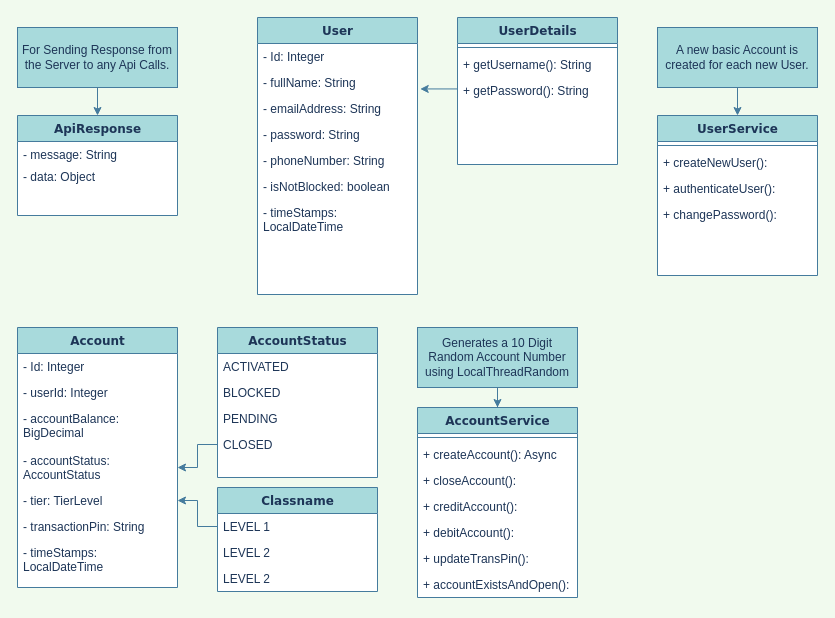
Before: page "Page-1" (1 of 3) of Banking.drawio in kasodeep/e-banking-app, a draw.io diagram. Source tidied: cells renumbered, new cells numbered last; positions are measured from the earlier drawing's top-left corner, leaving out a move shared by most shapes. Both pictures are drawn from the tidied source at 100%, with x=0, y=0 at pixel (17, 17).
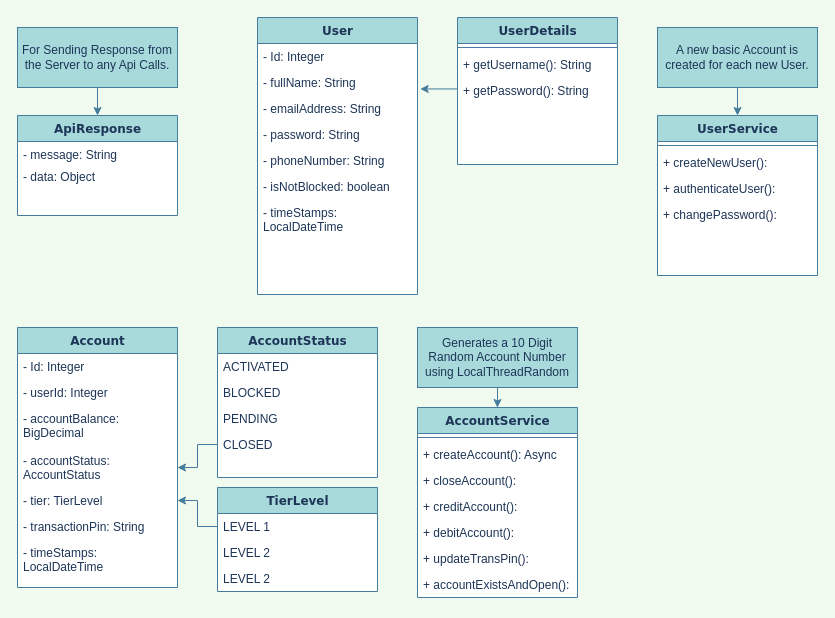
The same diagram, later.

Diff of the diagram source:
```diff
@@
-    <mxCell id="31" value="Classname" style="swimlane;html=1;fontStyle=1;align=center;verticalAlign=top;horizontal=1;startSize=26;swimlaneFillColor=#ffffff;rounded=0;shadow=0;comic=0;labelBackgroundColor=none;strokeWidth=1;fillColor=#A8DADC;fontFamily=Verdana;fontSize=12;strokeColor=#457B9D;fontColor=#1D3557;" parent="1" vertex="1">
+    <mxCell id="31" value="TierLevel" style="swimlane;html=1;fontStyle=1;align=center;verticalAlign=top;horizontal=1;startSize=26;swimlaneFillColor=#ffffff;rounded=0;shadow=0;comic=0;labelBackgroundColor=none;strokeWidth=1;fillColor=#A8DADC;fontFamily=Verdana;fontSize=12;strokeColor=#457B9D;fontColor=#1D3557;" parent="1" vertex="1">
       <mxGeometry x="200" y="470" width="160" height="104" as="geometry" />
     </mxCell>
```
